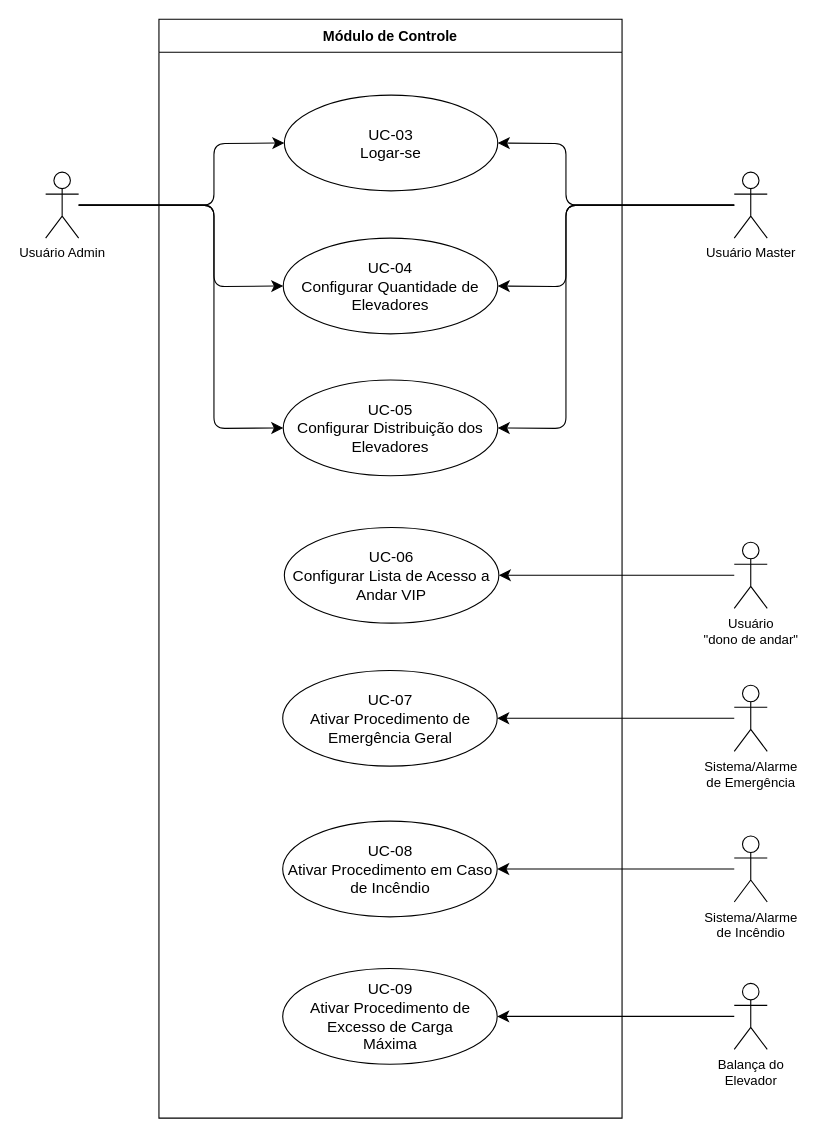
gb-cs-rt/elevator keeps this draw.io diagram as diagrama_casos_de_uso/uc_modulo_controle.drawio. Above is the earlier version. Source tidied: cells renumbered, new cells numbered last; positions are measured from the earlier drawing's top-left corner, leaving out a move shared by most shapes. Both pictures are drawn from the tidied source at 110%, with x=0, y=0 at pixel (45, 19).
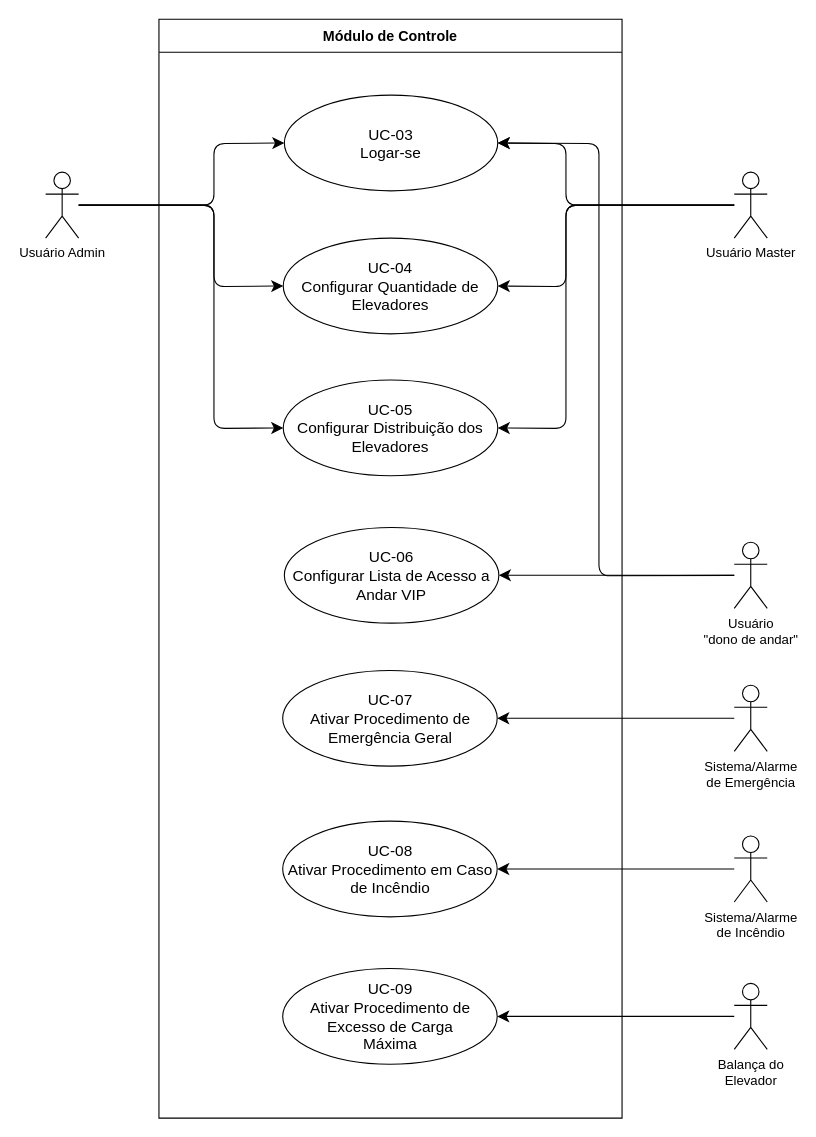
After the change.

The change refers to these unchanged cells:
```xml
<mxCell id="3" value="UC-03&lt;br style=&quot;font-size: 14px;&quot;&gt;Logar-se" style="ellipse;whiteSpace=wrap;html=1;fontSize=14;fontStyle=0;" parent="2" vertex="1">
  <mxGeometry x="114" y="69" width="194" height="87" as="geometry" />
</mxCell>
<mxCell id="19" value="Usuário&lt;br&gt;&quot;dono de andar&quot;" style="shape=umlActor;verticalLabelPosition=bottom;verticalAlign=top;html=1;outlineConnect=0;" parent="1" vertex="1">
  <mxGeometry x="626" y="475.5" width="30" height="60" as="geometry" />
</mxCell>
```

The edit, as a diff of the source:
```diff
@@
+    <mxCell id="26" style="edgeStyle=none;curved=0;rounded=1;jettySize=auto;html=1;entryX=1;entryY=0.5;entryDx=0;entryDy=0;fontSize=12;startSize=8;endSize=8;" parent="1" edge="1" source="19" target="3">
+      <mxGeometry relative="1" as="geometry">
+        <Array as="points">
+          <mxPoint x="503" y="506" />
+          <mxPoint x="503" y="113" />
+        </Array>
+      </mxGeometry>
+    </mxCell>
```
